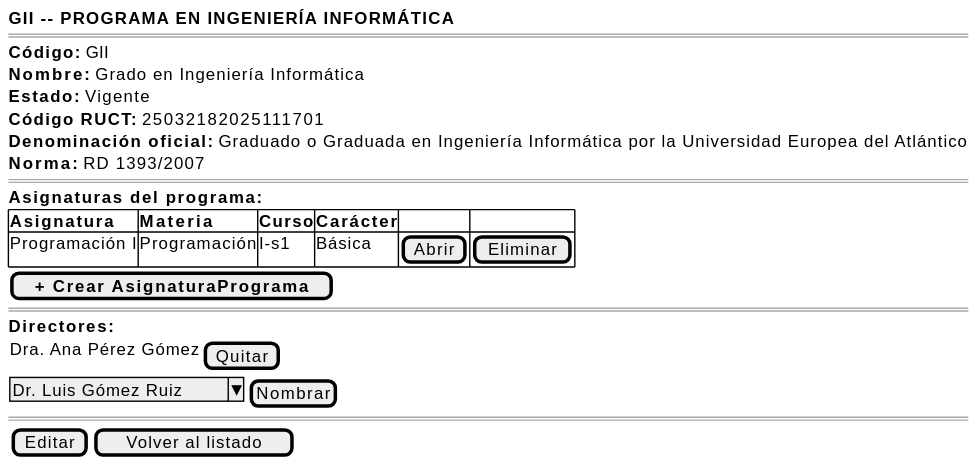
Above: images/RUP/01-requisitos/03-detalle-casos-uso/abrirPrograma/wireframe.svg in mmasias/pyCeldaPublico (PlantUML), before the change.
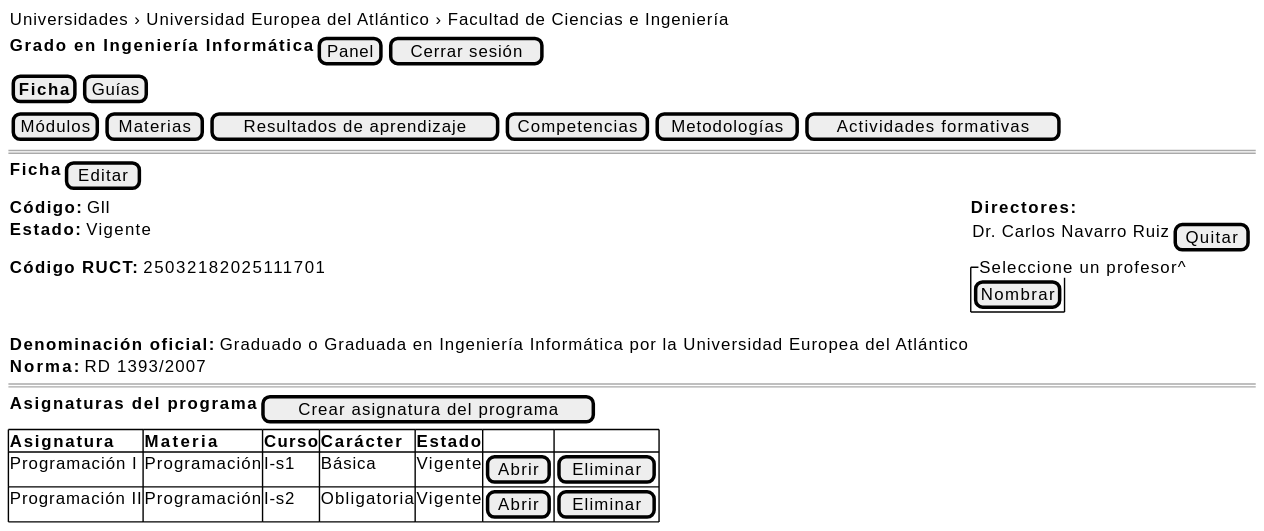
Later version of the same file.

The edit, as a diff of the source:
```diff
@@ -1,29 +1,24 @@
 @startsalt abrirPrograma-wireframe
 {
-    <b>GII -- PROGRAMA EN INGENIERÍA INFORMÁTICA</b>
+    {Universidades › Universidad Europea del Atlántico › Facultad de Ciencias e Ingeniería}
+    {<b>Grado en Ingeniería Informática</b> | [Panel] | [Cerrar sesión]}
+    {[<b>Ficha</b>] | [Guías]}
+    {[Módulos] | [Materias] | [Resultados de aprendizaje] | [Competencias] | [Metodologías] | [Actividades formativas]}
     ====
-    <b>Código:</b> GII
-    <b>Nombre:</b> Grado en Ingeniería Informática
-    <b>Estado:</b> Vigente
-    <b>Código RUCT:</b> 25032182025111701
-    <b>Denominación oficial:</b> Graduado o Graduada en Ingeniería Informática por la Universidad Europea del Atlántico
-    <b>Norma:</b> RD 1393/2007
-    ====
-    <b>Asignaturas del programa:</b>
-    {#
-        <b>Asignatura | <b>Materia | <b>Curso | <b>Carácter | . | .
-        Programación I | Programación | I-s1 | Básica | [Abrir] | [Eliminar]
-    }
-    [ <b>+ Crear AsignaturaPrograma</b> ]
-    ====
-    <b>Directores:</b>
+    {<b>Ficha</b> | [Editar]}
     {
-        Dra. Ana Pérez Gómez | [Quitar]
-    }
-    {
-        ^Dr. Luis Gómez Ruiz^ | [Nombrar]
+        <b>Código:</b> GII | <b>Directores:</b>
+        <b>Estado:</b> Vigente | {Dr. Carlos Navarro Ruiz | [Quitar]}
+        <b>Código RUCT:</b> 25032182025111701 | {^Seleccione un profesor^ | [Nombrar]}
+        <b>Denominación oficial:</b> Graduado o Graduada en Ingeniería Informática por la Universidad Europea del Atlántico | .
+        <b>Norma:</b> RD 1393/2007 | .
     }
     ====
-    {[Editar] | [Volver al listado]}
+    {<b>Asignaturas del programa</b> | [Crear asignatura del programa]}
+    {#
+        <b>Asignatura | <b>Materia | <b>Curso | <b>Carácter | <b>Estado | . | .
+        Programación I | Programación | I-s1 | Básica | Vigente | [Abrir] | [Eliminar]
+        Programación II | Programación | I-s2 | Obligatoria | Vigente | [Abrir] | [Eliminar]
+    }
 }
 @endsalt
```
